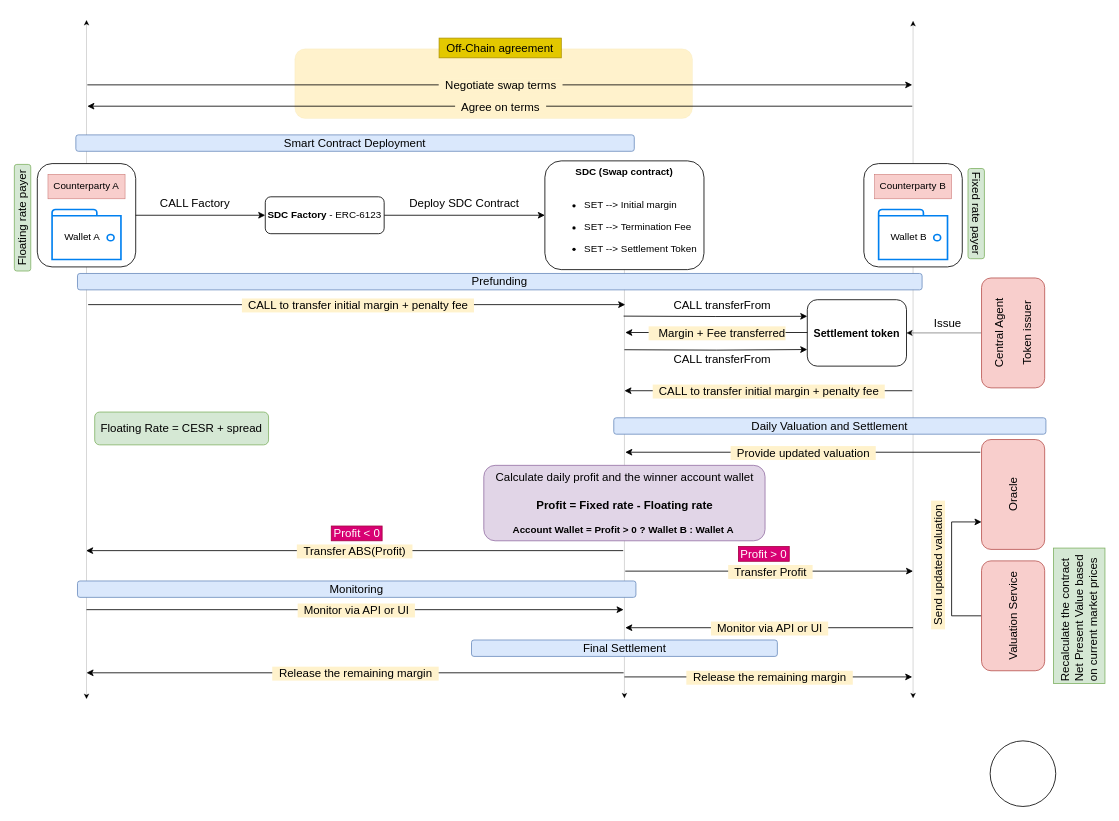
Above: page "Architecture" (2 of 2) of qualitaX.drawio in Edoumou/drawings (draw.io), before the change. Source tidied: cells renumbered, new cells numbered last; positions are measured from the earlier drawing's top-left corner, leaving out a move shared by most shapes. Both pictures are drawn from the tidied source at 82%, with x=0, y=0 at pixel (-31, 20).
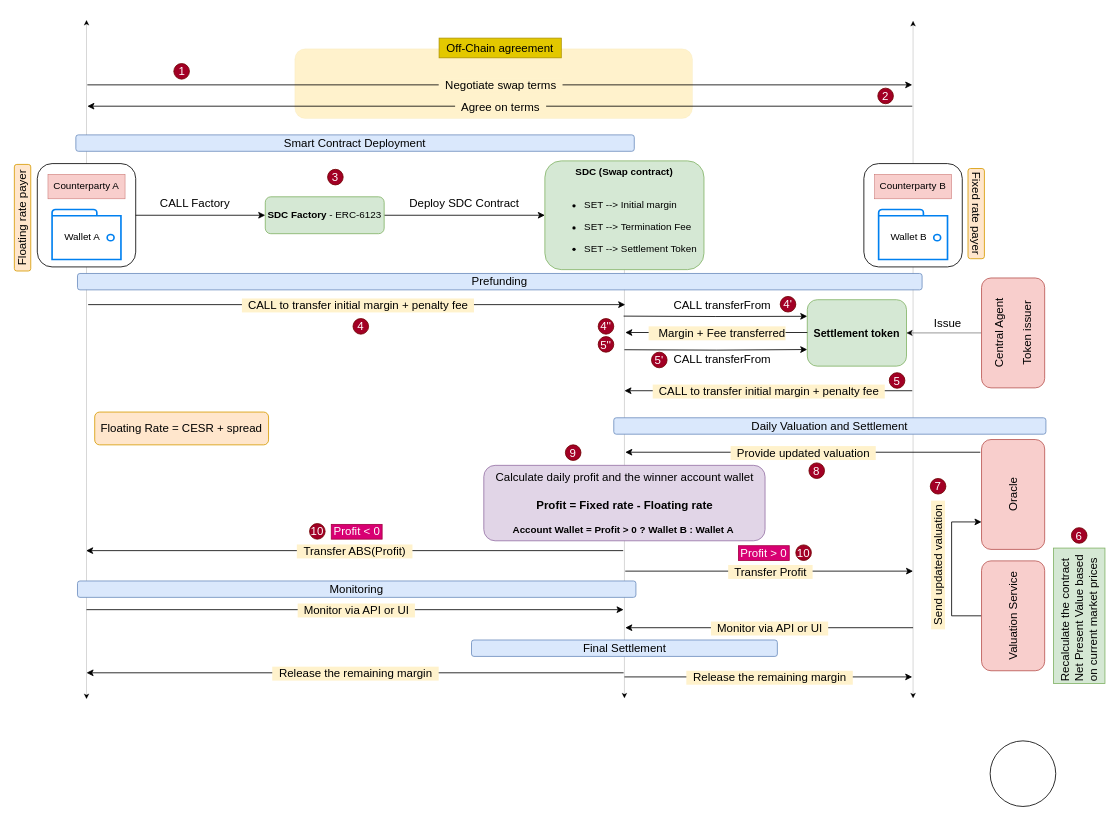
Above is the later version.

The edit, as a diff of the source:
```diff
@@
-    <mxCell id="12" value="&lt;b&gt;SDC Factory&lt;/b&gt; - ERC-6123" style="rounded=1;whiteSpace=wrap;html=1;" parent="1" vertex="1">
+    <mxCell id="12" value="&lt;b&gt;SDC Factory&lt;/b&gt; - ERC-6123" style="rounded=1;whiteSpace=wrap;html=1;fillColor=#d5e8d4;strokeColor=#82b366;" parent="1" vertex="1">
       <mxGeometry x="361" y="215.5" width="145" height="45" as="geometry" />
     </mxCell>
@@
-    <mxCell id="14" value="&lt;b&gt;SDC (Swap contract)&lt;/b&gt;&lt;div&gt;&lt;br&gt;&lt;/div&gt;&lt;div&gt;&lt;div style=&quot;text-align: left;&quot;&gt;&lt;ul&gt;&lt;li&gt;&lt;span style=&quot;background-color: initial;&quot;&gt;SET --&amp;gt; Initial margin&lt;/span&gt;&lt;/li&gt;&lt;/ul&gt;&lt;ul&gt;&lt;li&gt;&lt;span style=&quot;background-color: initial;&quot;&gt;SET --&amp;gt; Termination Fee&lt;/span&gt;&lt;/li&gt;&lt;/ul&gt;&lt;ul&gt;&lt;li&gt;&lt;span style=&quot;background-color: initial;&quot;&gt;SET --&amp;gt; Settlement Token&lt;/span&gt;&lt;/li&gt;&lt;/ul&gt;&lt;/div&gt;&lt;/div&gt;" style="rounded=1;whiteSpace=wrap;html=1;" parent="1" vertex="1">
+    <mxCell id="14" value="&lt;b&gt;SDC (Swap contract)&lt;/b&gt;&lt;div&gt;&lt;br&gt;&lt;/div&gt;&lt;div&gt;&lt;div style=&quot;text-align: left;&quot;&gt;&lt;ul&gt;&lt;li&gt;&lt;span style=&quot;background-color: initial;&quot;&gt;SET --&amp;gt; Initial margin&lt;/span&gt;&lt;/li&gt;&lt;/ul&gt;&lt;ul&gt;&lt;li&gt;&lt;span style=&quot;background-color: initial;&quot;&gt;SET --&amp;gt; Termination Fee&lt;/span&gt;&lt;/li&gt;&lt;/ul&gt;&lt;ul&gt;&lt;li&gt;&lt;span style=&quot;background-color: initial;&quot;&gt;SET --&amp;gt; Settlement Token&lt;/span&gt;&lt;/li&gt;&lt;/ul&gt;&lt;/div&gt;&lt;/div&gt;" style="rounded=1;whiteSpace=wrap;html=1;fillColor=#d5e8d4;strokeColor=#82b366;" parent="1" vertex="1">
       <mxGeometry x="702" y="171.7" width="194" height="132.6" as="geometry" />
     </mxCell>
@@
-    <mxCell id="17" value="&lt;font size=&quot;1&quot; style=&quot;&quot;&gt;&lt;b style=&quot;font-size: 13px;&quot;&gt;Settlement token&lt;/b&gt;&lt;/font&gt;" style="rounded=1;whiteSpace=wrap;html=1;" parent="1" vertex="1">
+    <mxCell id="17" value="&lt;font size=&quot;1&quot; style=&quot;&quot;&gt;&lt;b style=&quot;font-size: 13px;&quot;&gt;Settlement token&lt;/b&gt;&lt;/font&gt;" style="rounded=1;whiteSpace=wrap;html=1;fillColor=#d5e8d4;strokeColor=#82b366;" parent="1" vertex="1">
       <mxGeometry x="1022" y="341" width="121" height="81" as="geometry" />
     </mxCell>
@@
-    <mxCell id="58" value="&lt;span style=&quot;font-size: 14px;&quot;&gt;Floating rate payer&lt;/span&gt;" style="rounded=1;whiteSpace=wrap;html=1;fillColor=#d5e8d4;strokeColor=#82b366;rotation=-90;" parent="1" vertex="1">
+    <mxCell id="58" value="&lt;span style=&quot;font-size: 14px;&quot;&gt;Floating rate payer&lt;/span&gt;" style="rounded=1;whiteSpace=wrap;html=1;fillColor=#ffe6cc;strokeColor=#d79b00;rotation=-90;" parent="1" vertex="1">
       <mxGeometry y="231" width="130" height="20" as="geometry" />
     </mxCell>
-    <mxCell id="59" value="&lt;span style=&quot;font-size: 14px;&quot;&gt;Fixed rate payer&lt;/span&gt;" style="rounded=1;whiteSpace=wrap;html=1;fillColor=#d5e8d4;strokeColor=#82b366;rotation=90;" parent="1" vertex="1">
+    <mxCell id="59" value="&lt;span style=&quot;font-size: 14px;&quot;&gt;Fixed rate payer&lt;/span&gt;" style="rounded=1;whiteSpace=wrap;html=1;fillColor=#ffe6cc;strokeColor=#d79b00;rotation=90;" parent="1" vertex="1">
       <mxGeometry x="1173" y="226" width="110" height="20" as="geometry" />
     </mxCell>
     <mxCell id="60" value="&lt;font style=&quot;font-size: 14px;&quot;&gt;Profit &amp;gt; 0&lt;/font&gt;" style="text;html=1;align=center;verticalAlign=middle;whiteSpace=wrap;rounded=0;fillColor=#d80073;strokeColor=#A50040;fontColor=#ffffff;" parent="1" vertex="1">
-      <mxGeometry x="938" y="642" width="62" height="18" as="geometry" />
+      <mxGeometry x="938" y="641" width="62" height="18" as="geometry" />
     </mxCell>
-    <mxCell id="61" value="&lt;font style=&quot;font-size: 14px;&quot;&gt;Floating Rate = CESR + spread&lt;/font&gt;" style="rounded=1;whiteSpace=wrap;html=1;fillColor=#d5e8d4;strokeColor=#82b366;" parent="1" vertex="1">
+    <mxCell id="61" value="&lt;font style=&quot;font-size: 14px;&quot;&gt;Floating Rate = CESR + spread&lt;/font&gt;" style="rounded=1;whiteSpace=wrap;html=1;fillColor=#ffe6cc;strokeColor=#d79b00;" parent="1" vertex="1">
       <mxGeometry x="153" y="478" width="212" height="40" as="geometry" />
     </mxCell>
@@
     <mxCell id="72" value="&lt;font style=&quot;font-size: 14px;&quot;&gt;Profit &amp;lt; 0&lt;/font&gt;" style="text;html=1;align=center;verticalAlign=middle;whiteSpace=wrap;rounded=0;fillColor=#d80073;strokeColor=#A50040;fontColor=#ffffff;" parent="1" vertex="1">
-      <mxGeometry x="441.5" y="617" width="62" height="18" as="geometry" />
+      <mxGeometry x="441.5" y="615" width="62" height="18" as="geometry" />
     </mxCell>
@@
+    <mxCell id="76" value="&lt;font style=&quot;font-size: 14px;&quot;&gt;1&lt;/font&gt;" style="ellipse;whiteSpace=wrap;html=1;fillColor=#a20025;fontColor=#ffffff;strokeColor=#6F0000;" parent="1" vertex="1">
+      <mxGeometry x="249.5" y="53" width="19" height="19" as="geometry" />
+    </mxCell>
+    <mxCell id="77" value="&lt;font style=&quot;font-size: 14px;&quot;&gt;2&lt;/font&gt;" style="ellipse;whiteSpace=wrap;html=1;fillColor=#a20025;fontColor=#ffffff;strokeColor=#6F0000;" parent="1" vertex="1">
+      <mxGeometry x="1108" y="83" width="19" height="19" as="geometry" />
+    </mxCell>
+    <mxCell id="78" value="&lt;font style=&quot;font-size: 14px;&quot;&gt;3&lt;/font&gt;" style="ellipse;whiteSpace=wrap;html=1;fillColor=#a20025;fontColor=#ffffff;strokeColor=#6F0000;" parent="1" vertex="1">
+      <mxGeometry x="437" y="182" width="19" height="19" as="geometry" />
+    </mxCell>
+    <mxCell id="79" value="&lt;font style=&quot;font-size: 14px;&quot;&gt;4&lt;/font&gt;" style="ellipse;whiteSpace=wrap;html=1;fillColor=#a20025;fontColor=#ffffff;strokeColor=#6F0000;" parent="1" vertex="1">
+      <mxGeometry x="468" y="364" width="19" height="19" as="geometry" />
+    </mxCell>
+    <mxCell id="80" value="&lt;font style=&quot;font-size: 14px;&quot;&gt;4'&lt;/font&gt;" style="ellipse;whiteSpace=wrap;html=1;fillColor=#a20025;fontColor=#ffffff;strokeColor=#6F0000;" parent="1" vertex="1">
+      <mxGeometry x="989" y="337" width="19" height="19" as="geometry" />
+    </mxCell>
+    <mxCell id="81" value="&lt;font style=&quot;font-size: 14px;&quot;&gt;4''&lt;/font&gt;" style="ellipse;whiteSpace=wrap;html=1;fillColor=#a20025;fontColor=#ffffff;strokeColor=#6F0000;" parent="1" vertex="1">
+      <mxGeometry x="767" y="364" width="19" height="19" as="geometry" />
+    </mxCell>
+    <mxCell id="82" value="&lt;span style=&quot;font-size: 14px;&quot;&gt;5''&lt;/span&gt;" style="ellipse;whiteSpace=wrap;html=1;fillColor=#a20025;fontColor=#ffffff;strokeColor=#6F0000;" parent="1" vertex="1">
+      <mxGeometry x="767" y="386" width="19" height="19" as="geometry" />
+    </mxCell>
+    <mxCell id="83" value="&lt;span style=&quot;font-size: 14px;&quot;&gt;5'&lt;/span&gt;" style="ellipse;whiteSpace=wrap;html=1;fillColor=#a20025;fontColor=#ffffff;strokeColor=#6F0000;" parent="1" vertex="1">
+      <mxGeometry x="832" y="405" width="19" height="19" as="geometry" />
+    </mxCell>
+    <mxCell id="84" value="&lt;span style=&quot;font-size: 14px;&quot;&gt;5&lt;/span&gt;" style="ellipse;whiteSpace=wrap;html=1;fillColor=#a20025;fontColor=#ffffff;strokeColor=#6F0000;" parent="1" vertex="1">
+      <mxGeometry x="1122" y="430" width="19" height="19" as="geometry" />
+    </mxCell>
+    <mxCell id="85" value="&lt;span style=&quot;font-size: 14px;&quot;&gt;6&lt;/span&gt;" style="ellipse;whiteSpace=wrap;html=1;fillColor=#a20025;fontColor=#ffffff;strokeColor=#6F0000;" parent="1" vertex="1">
+      <mxGeometry x="1344.1" y="619" width="19" height="19" as="geometry" />
+    </mxCell>
+    <mxCell id="86" value="&lt;span style=&quot;font-size: 14px;&quot;&gt;7&lt;/span&gt;" style="ellipse;whiteSpace=wrap;html=1;fillColor=#a20025;fontColor=#ffffff;strokeColor=#6F0000;" parent="1" vertex="1">
+      <mxGeometry x="1172" y="559" width="19" height="19" as="geometry" />
+    </mxCell>
+    <mxCell id="87" value="&lt;span style=&quot;font-size: 14px;&quot;&gt;8&lt;/span&gt;" style="ellipse;whiteSpace=wrap;html=1;fillColor=#a20025;fontColor=#ffffff;strokeColor=#6F0000;" parent="1" vertex="1">
+      <mxGeometry x="1024" y="540" width="19" height="19" as="geometry" />
+    </mxCell>
+    <mxCell id="88" value="&lt;span style=&quot;font-size: 14px;&quot;&gt;9&lt;/span&gt;" style="ellipse;whiteSpace=wrap;html=1;fillColor=#a20025;fontColor=#ffffff;strokeColor=#6F0000;" parent="1" vertex="1">
+      <mxGeometry x="727" y="518" width="19" height="19" as="geometry" />
+    </mxCell>
+    <mxCell id="89" value="&lt;span style=&quot;font-size: 14px;&quot;&gt;10&lt;/span&gt;" style="ellipse;whiteSpace=wrap;html=1;fillColor=#a20025;fontColor=#ffffff;strokeColor=#6F0000;" parent="1" vertex="1">
+      <mxGeometry x="415" y="614" width="19" height="19" as="geometry" />
+    </mxCell>
+    <mxCell id="90" value="&lt;span style=&quot;font-size: 14px;&quot;&gt;10&lt;/span&gt;" style="ellipse;whiteSpace=wrap;html=1;fillColor=#a20025;fontColor=#ffffff;strokeColor=#6F0000;" parent="1" vertex="1">
+      <mxGeometry x="1008" y="640" width="19" height="19" as="geometry" />
+    </mxCell>
```
